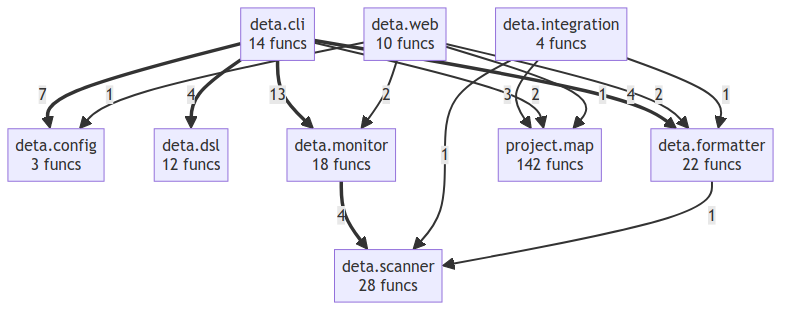
Above: project/compact_flow.png in semcod/deta (Mermaid), before the change. Its source is kept beside it as project/compact_flow.mmd.
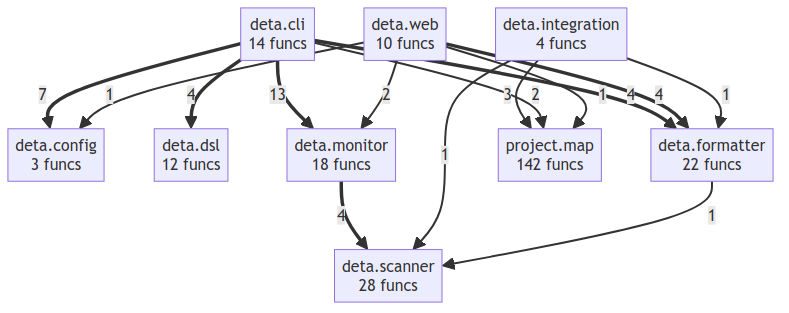
Above is the later version.

What changed in the source:
```diff
@@ -13,9 +13,9 @@
     deta__cli ==>|4| deta__formatter
     deta__cli ==>|4| deta__dsl
     deta__monitor ==>|4| deta__scanner
+    deta__web ==>|4| deta__formatter
     deta__integration -->|3| project__map
     deta__cli -->|2| project__map
-    deta__web -->|2| deta__formatter
     deta__web -->|2| deta__monitor
     deta__integration -->|1| deta__formatter
     deta__integration -->|1| deta__scanner
```
